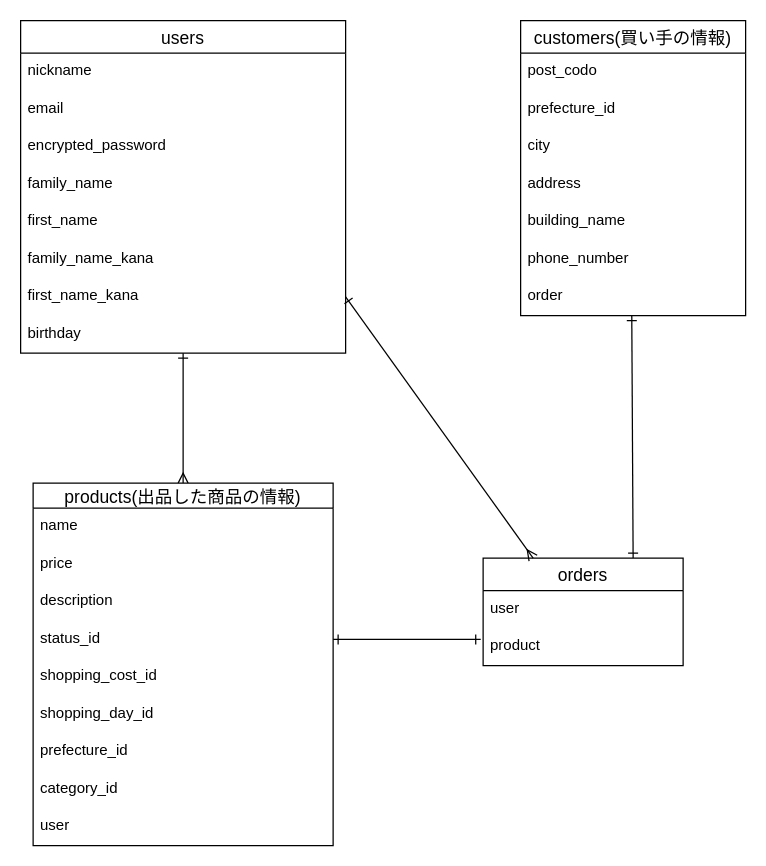
Before: furima.dio in takahiro-it/furima-37651, a draw.io diagram. Source tidied: cells renumbered, new cells numbered last; positions are measured from the earlier drawing's top-left corner, leaving out a move shared by most shapes. Both pictures are drawn from the tidied source at 125%, with x=0, y=0 at pixel (20, 20).
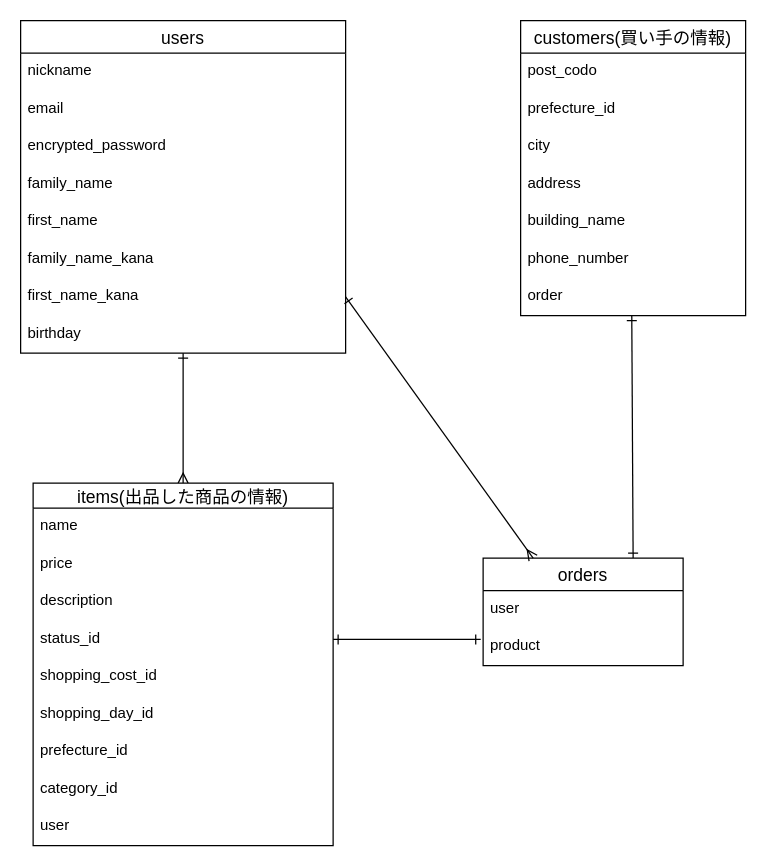
After the change.

The edit, as a diff of the source:
```diff
@@
-    <mxCell id="12" value="products(出品した商品の情報)" style="swimlane;fontStyle=0;horizontal=1;startSize=20;align=center;fontSize=14;" parent="1" vertex="1">
+    <mxCell id="12" value="items(出品した商品の情報)" style="swimlane;fontStyle=0;horizontal=1;startSize=20;align=center;fontSize=14;" parent="1" vertex="1">
       <mxGeometry x="10" y="370" width="240" height="290" as="geometry" />
     </mxCell>
```
